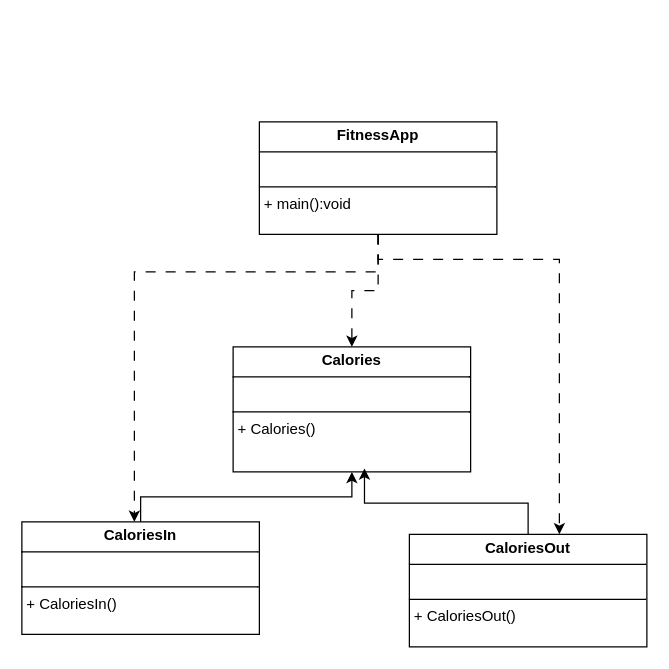
Above: FitnessAppClassDiagram.drawio in DebugT/oop_gorup_t (draw.io), before the change. Source tidied: cells renumbered, new cells numbered last; positions are measured from the earlier drawing's top-left corner, leaving out a move shared by most shapes. Both pictures are drawn from the tidied source at 125%, with x=0, y=0 at pixel (21, 121).
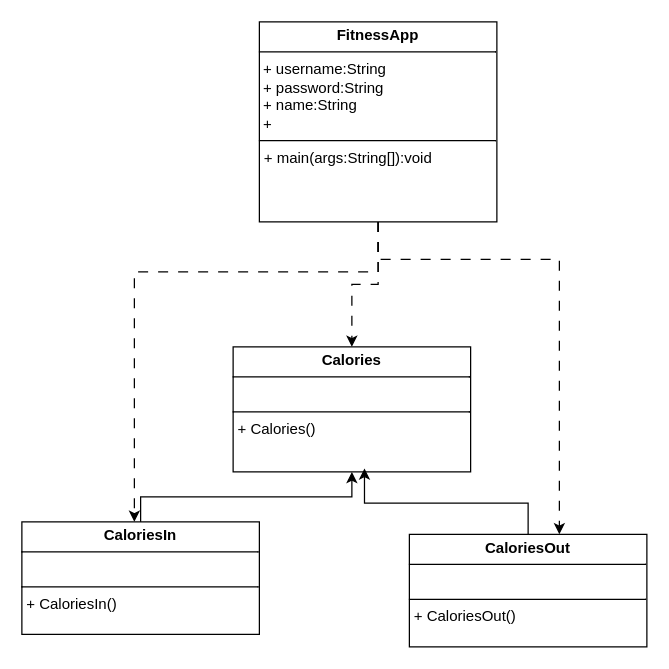
Above is the later version.

Commit message:
ag: class diagram 03 added some vars to main class

Diff of the diagram source:
```diff
@@
 <mxGraphModel>
   <root>
     <mxCell id="0" />
     <mxCell id="1" parent="0" />
     <mxCell id="2" value="&lt;p style=&quot;margin:0px;margin-top:4px;text-align:center;&quot;&gt;&lt;b&gt;Calories&lt;/b&gt;&lt;/p&gt;&lt;hr size=&quot;1&quot; style=&quot;border-style:solid;&quot;&gt;&lt;br&gt;&lt;hr size=&quot;1&quot; style=&quot;border-style:solid;&quot;&gt;&lt;p style=&quot;margin:0px;margin-left:4px;&quot;&gt;+ Calories()&lt;/p&gt;" style="verticalAlign=top;align=left;overflow=fill;html=1;whiteSpace=wrap;" parent="1" vertex="1">
       <mxGeometry x="169" y="180" width="190" height="100" as="geometry" />
     </mxCell>
     <mxCell id="3" style="edgeStyle=orthogonalEdgeStyle;rounded=0;jettySize=auto;html=1;dashed=1;dashPattern=8 8;" parent="1" edge="1" source="6" target="2">
       <mxGeometry relative="1" as="geometry" />
     </mxCell>
     <mxCell id="4" style="edgeStyle=orthogonalEdgeStyle;rounded=0;jettySize=auto;html=1;dashed=1;dashPattern=8 8;" parent="1" edge="1" source="6" target="8">
       <mxGeometry x="-0.02" relative="1" as="geometry">
         <Array as="points">
           <mxPoint x="285" y="120" />
           <mxPoint x="90" y="120" />
         </Array>
       </mxGeometry>
     </mxCell>
     <mxCell id="5" style="edgeStyle=orthogonalEdgeStyle;rounded=0;jettySize=auto;html=1;dashed=1;dashPattern=8 8;" parent="1" edge="1" source="6" target="9">
       <mxGeometry x="0.11" relative="1" as="geometry">
         <Array as="points">
           <mxPoint x="285" y="110" />
           <mxPoint x="430" y="110" />
         </Array>
       </mxGeometry>
     </mxCell>
-    <mxCell id="6" value="&lt;p style=&quot;margin:0px;margin-top:4px;text-align:center;&quot;&gt;&lt;b&gt;FitnessApp&lt;/b&gt;&lt;/p&gt;&lt;hr size=&quot;1&quot; style=&quot;border-style:solid;&quot;&gt;&lt;br&gt;&lt;hr size=&quot;1&quot; style=&quot;border-style:solid;&quot;&gt;&lt;p style=&quot;margin:0px;margin-left:4px;&quot;&gt;+ main():void&lt;/p&gt;" style="verticalAlign=top;align=left;overflow=fill;html=1;whiteSpace=wrap;" parent="1" vertex="1">
-      <mxGeometry x="190" width="190" height="90" as="geometry" />
+    <mxCell id="6" value="&lt;p style=&quot;margin:0px;margin-top:4px;text-align:center;&quot;&gt;&lt;b&gt;FitnessApp&lt;/b&gt;&lt;/p&gt;&lt;hr size=&quot;1&quot; style=&quot;border-style:solid;&quot;&gt;&lt;div&gt;&amp;nbsp;+ username:String&lt;/div&gt;&lt;div&gt;&amp;nbsp;+ password:String&lt;/div&gt;&lt;div&gt;&amp;nbsp;+ name:String&lt;/div&gt;&lt;div&gt;&amp;nbsp;+&amp;nbsp;&lt;/div&gt;&lt;hr size=&quot;1&quot; style=&quot;border-style:solid;&quot;&gt;&lt;p style=&quot;margin:0px;margin-left:4px;&quot;&gt;+ main(args:String[]):void&lt;/p&gt;" style="verticalAlign=top;align=left;overflow=fill;html=1;whiteSpace=wrap;" parent="1" vertex="1">
+      <mxGeometry x="190" y="-80" width="190" height="160" as="geometry" />
     </mxCell>
     <mxCell id="7" style="edgeStyle=orthogonalEdgeStyle;rounded=0;jettySize=auto;html=1;entryX=0.5;entryY=1;entryDx=0;entryDy=0;" parent="1" edge="1" source="8" target="2">
       <mxGeometry relative="1" as="geometry" />
     </mxCell>
     <mxCell id="8" value="&lt;p style=&quot;margin:0px;margin-top:4px;text-align:center;&quot;&gt;&lt;b&gt;CaloriesIn&lt;/b&gt;&lt;/p&gt;&lt;hr size=&quot;1&quot; style=&quot;border-style:solid;&quot;&gt;&lt;br&gt;&lt;hr size=&quot;1&quot; style=&quot;border-style:solid;&quot;&gt;&lt;p style=&quot;margin:0px;margin-left:4px;&quot;&gt;+ CaloriesIn()&lt;/p&gt;" style="verticalAlign=top;align=left;overflow=fill;html=1;whiteSpace=wrap;" parent="1" vertex="1">
       <mxGeometry y="320" width="190" height="90" as="geometry" />
     </mxCell>
     <mxCell id="9" value="&lt;p style=&quot;margin:0px;margin-top:4px;text-align:center;&quot;&gt;&lt;b&gt;CaloriesOut&lt;/b&gt;&lt;/p&gt;&lt;hr size=&quot;1&quot; style=&quot;border-style:solid;&quot;&gt;&lt;br&gt;&lt;hr size=&quot;1&quot; style=&quot;border-style:solid;&quot;&gt;&lt;p style=&quot;margin:0px;margin-left:4px;&quot;&gt;+ CaloriesOut()&lt;/p&gt;" style="verticalAlign=top;align=left;overflow=fill;html=1;whiteSpace=wrap;" parent="1" vertex="1">
       <mxGeometry x="310" y="330" width="190" height="90" as="geometry" />
     </mxCell>
     <mxCell id="10" style="edgeStyle=orthogonalEdgeStyle;rounded=0;jettySize=auto;html=1;entryX=0.553;entryY=0.972;entryDx=0;entryDy=0;entryPerimeter=0;" parent="1" edge="1" source="9" target="2">
       <mxGeometry relative="1" as="geometry" />
     </mxCell>
   </root>
 </mxGraphModel>
```
